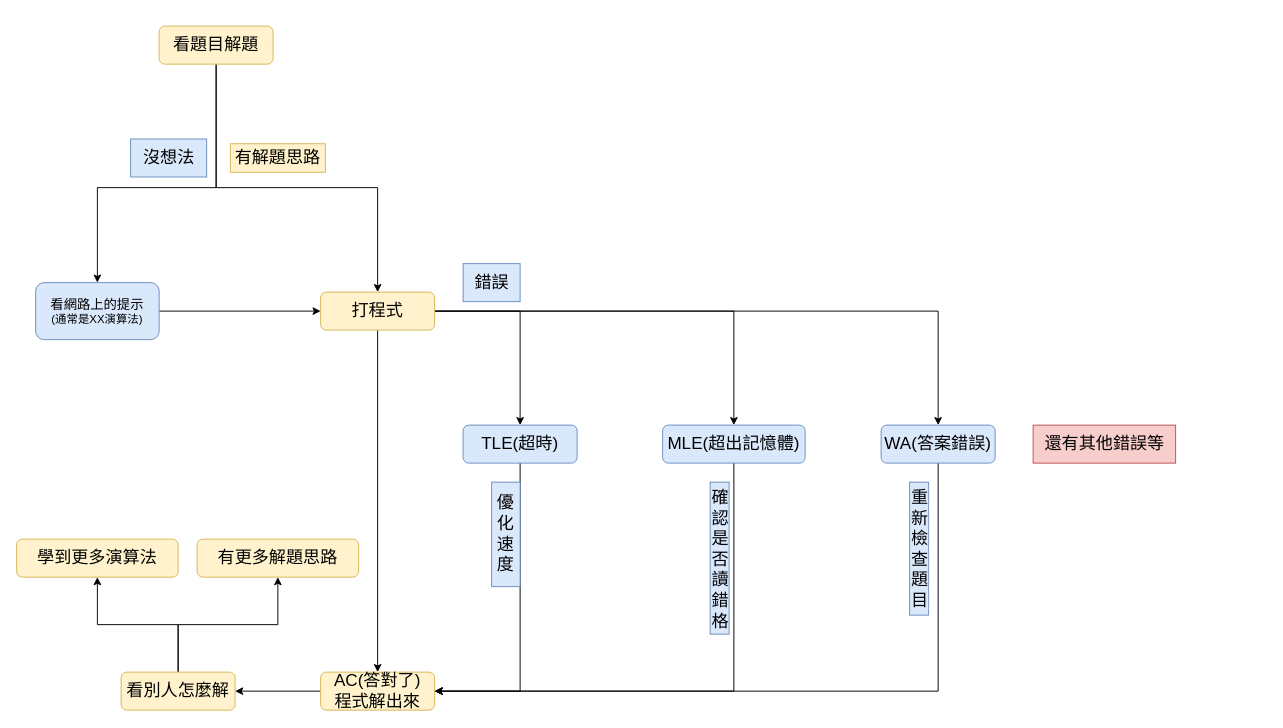
Andy87877/draw.io keeps this draw.io diagram as 刷題目流程圖.drawio. Above is the earlier version. Source tidied: cells renumbered, new cells numbered last; positions are measured from the earlier drawing's top-left corner, leaving out a move shared by most shapes. Both pictures are drawn from the tidied source at 95%, with x=0, y=0 at pixel (16, 26).
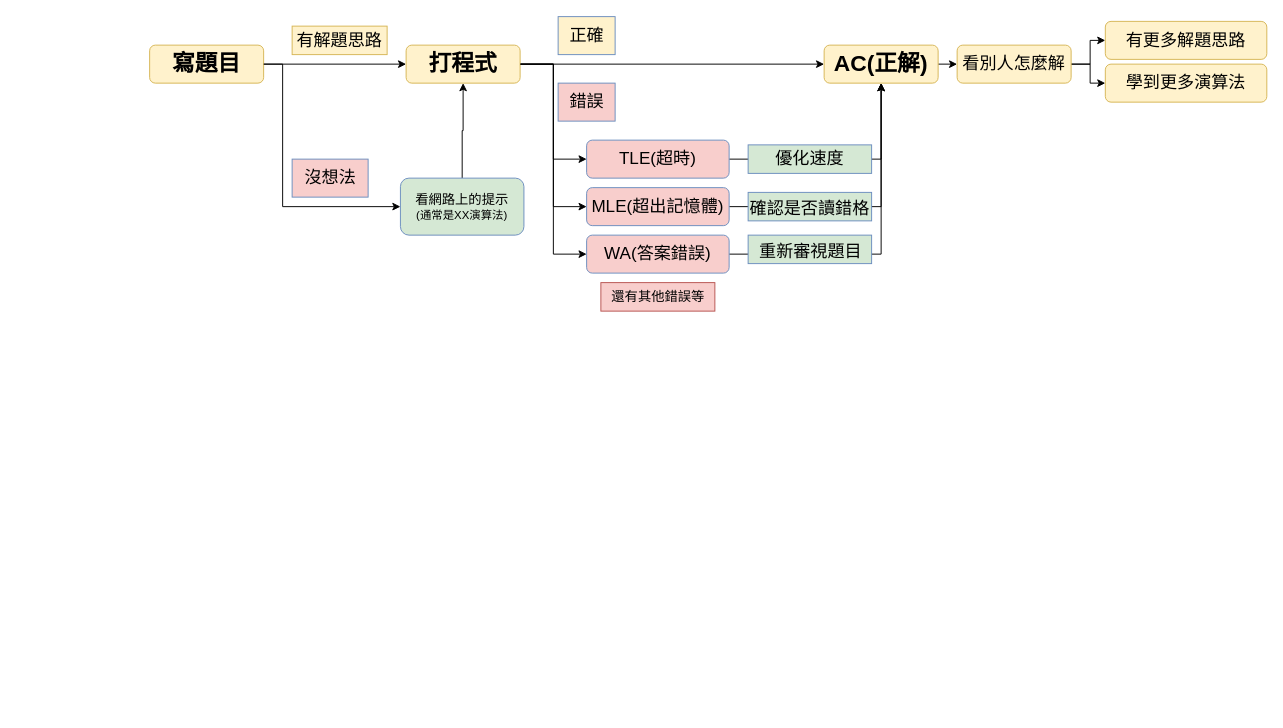
The same page after the edit.

Change to the diagram source:
```diff
@@
-    <mxCell id="2" style="edgeStyle=orthogonalEdgeStyle;rounded=0;jettySize=auto;html=1;exitX=0.5;exitY=1;exitDx=0;exitDy=0;entryX=0.5;entryY=0;entryDx=0;entryDy=0;" parent="1" edge="1" source="4" target="9">
-      <mxGeometry relative="1" as="geometry">
-        <Array as="points">
-          <mxPoint x="210" y="170" />
-          <mxPoint x="380" y="170" />
-        </Array>
-      </mxGeometry>
-    </mxCell>
-    <mxCell id="3" style="edgeStyle=orthogonalEdgeStyle;rounded=0;jettySize=auto;html=1;exitX=0.5;exitY=1;exitDx=0;exitDy=0;entryX=0.5;entryY=0;entryDx=0;entryDy=0;" parent="1" edge="1" source="4" target="11">
+    <mxCell id="3" style="edgeStyle=orthogonalEdgeStyle;rounded=0;jettySize=auto;html=1;exitX=1;exitY=0.5;exitDx=0;exitDy=0;entryX=0;entryY=0.5;entryDx=0;entryDy=0;" parent="1" edge="1" source="4" target="11">
       <mxGeometry relative="1" as="geometry">
         <Array as="points">
-          <mxPoint x="210" y="170" />
-          <mxPoint x="85" y="170" />
+          <mxPoint x="280" y="40" />
+          <mxPoint x="280" y="190" />
         </Array>
       </mxGeometry>
     </mxCell>
-    <mxCell id="4" value="&lt;font style=&quot;font-size: 18px;&quot;&gt;看題目解題&lt;/font&gt;" style="rounded=1;whiteSpace=wrap;html=1;fontSize=12;glass=0;strokeWidth=1;shadow=0;fillColor=#fff2cc;strokeColor=#d6b656;" parent="1" vertex="1">
-      <mxGeometry x="150" width="120" height="40" as="geometry" />
+    <mxCell id="4" value="&lt;font style=&quot;font-size: 24px;&quot;&gt;&lt;b&gt;寫題目&lt;/b&gt;&lt;/font&gt;" style="rounded=1;whiteSpace=wrap;html=1;fontSize=12;glass=0;strokeWidth=1;shadow=0;fillColor=#fff2cc;strokeColor=#d6b656;" parent="1" vertex="1">
+      <mxGeometry x="140" y="20" width="120" height="40" as="geometry" />
     </mxCell>
-    <mxCell id="5" style="edgeStyle=orthogonalEdgeStyle;rounded=0;jettySize=auto;html=1;exitX=0.5;exitY=1;exitDx=0;exitDy=0;entryX=0.5;entryY=0;entryDx=0;entryDy=0;" parent="1" edge="1" source="9" target="15">
-      <mxGeometry relative="1" as="geometry" />
-    </mxCell>
-    <mxCell id="6" style="edgeStyle=orthogonalEdgeStyle;rounded=0;jettySize=auto;html=1;exitX=1;exitY=0.5;exitDx=0;exitDy=0;entryX=0.5;entryY=0;entryDx=0;entryDy=0;" parent="1" edge="1" source="9" target="17">
+    <mxCell id="6" style="edgeStyle=orthogonalEdgeStyle;rounded=0;jettySize=auto;html=1;exitX=1;exitY=0.5;exitDx=0;exitDy=0;entryX=0;entryY=0.5;entryDx=0;entryDy=0;" parent="1" edge="1" source="9" target="17">
       <mxGeometry relative="1" as="geometry" />
     </mxCell>
-    <mxCell id="7" style="edgeStyle=orthogonalEdgeStyle;rounded=0;jettySize=auto;html=1;exitX=1;exitY=0.5;exitDx=0;exitDy=0;" parent="1" edge="1" source="9" target="19">
+    <mxCell id="7" style="edgeStyle=orthogonalEdgeStyle;rounded=0;jettySize=auto;html=1;exitX=1;exitY=0.5;exitDx=0;exitDy=0;entryX=0;entryY=0.5;entryDx=0;entryDy=0;" parent="1" edge="1" source="9" target="19">
       <mxGeometry relative="1" as="geometry" />
     </mxCell>
-    <mxCell id="8" style="edgeStyle=orthogonalEdgeStyle;rounded=0;jettySize=auto;html=1;exitX=1;exitY=0.5;exitDx=0;exitDy=0;entryX=0.5;entryY=0;entryDx=0;entryDy=0;" parent="1" edge="1" source="9" target="21">
+    <mxCell id="8" style="edgeStyle=orthogonalEdgeStyle;rounded=0;jettySize=auto;html=1;exitX=1;exitY=0.5;exitDx=0;exitDy=0;entryX=0;entryY=0.5;entryDx=0;entryDy=0;" parent="1" edge="1" source="9" target="21">
       <mxGeometry relative="1" as="geometry" />
     </mxCell>
-    <mxCell id="9" value="&lt;font style=&quot;font-size: 18px;&quot;&gt;打程式&lt;/font&gt;" style="rounded=1;whiteSpace=wrap;html=1;fontSize=12;glass=0;strokeWidth=1;shadow=0;fillColor=#fff2cc;strokeColor=#d6b656;" parent="1" vertex="1">
-      <mxGeometry x="320" y="280" width="120" height="40" as="geometry" />
+    <mxCell id="9" value="&lt;font style=&quot;font-size: 24px;&quot;&gt;&lt;b&gt;打程式&lt;/b&gt;&lt;/font&gt;" style="rounded=1;whiteSpace=wrap;html=1;fontSize=12;glass=0;strokeWidth=1;shadow=0;fillColor=#fff2cc;strokeColor=#d6b656;" parent="1" vertex="1">
+      <mxGeometry x="410" y="20" width="120" height="40" as="geometry" />
     </mxCell>
-    <mxCell id="10" style="edgeStyle=orthogonalEdgeStyle;rounded=0;jettySize=auto;html=1;exitX=1;exitY=0.5;exitDx=0;exitDy=0;entryX=0;entryY=0.5;entryDx=0;entryDy=0;" parent="1" edge="1" source="11" target="9">
+    <mxCell id="10" style="edgeStyle=orthogonalEdgeStyle;rounded=0;jettySize=auto;html=1;exitX=0.5;exitY=0;exitDx=0;exitDy=0;entryX=0.5;entryY=1;entryDx=0;entryDy=0;" parent="1" edge="1" source="11" target="9">
       <mxGeometry relative="1" as="geometry" />
     </mxCell>
-    <mxCell id="11" value="&lt;font style=&quot;font-size: 14px;&quot;&gt;看網路上的提示&lt;/font&gt;&lt;div&gt;&lt;font style=&quot;font-size: 12px;&quot;&gt;(通常是XX演算法)&lt;/font&gt;&lt;/div&gt;" style="rounded=1;whiteSpace=wrap;html=1;fontSize=12;glass=0;strokeWidth=1;shadow=0;fillColor=#dae8fc;strokeColor=#6c8ebf;" parent="1" vertex="1">
-      <mxGeometry x="20" y="270" width="130" height="60" as="geometry" />
+    <mxCell id="11" value="&lt;font style=&quot;font-size: 14px;&quot;&gt;看網路上的提示&lt;/font&gt;&lt;div&gt;&lt;font style=&quot;font-size: 12px;&quot;&gt;(通常是XX演算法)&lt;/font&gt;&lt;/div&gt;" style="rounded=1;whiteSpace=wrap;html=1;fontSize=12;glass=0;strokeWidth=1;shadow=0;fillColor=#D5E8D4;strokeColor=#6c8ebf;" parent="1" vertex="1">
+      <mxGeometry x="404" y="160" width="130" height="60" as="geometry" />
     </mxCell>
-    <mxCell id="12" value="&lt;font style=&quot;font-size: 18px;&quot;&gt;沒想法&lt;/font&gt;" style="text;html=1;align=center;verticalAlign=middle;strokeColor=#6c8ebf;fillColor=#dae8fc;" parent="1" vertex="1">
-      <mxGeometry x="120" y="118.8" width="80" height="40" as="geometry" />
+    <mxCell id="12" value="&lt;font style=&quot;font-size: 18px;&quot;&gt;沒想法&lt;/font&gt;" style="text;html=1;align=center;verticalAlign=middle;strokeColor=#6c8ebf;fillColor=#F8CECC;" parent="1" vertex="1">
+      <mxGeometry x="290" y="140" width="80" height="40" as="geometry" />
     </mxCell>
     <mxCell id="13" value="&lt;font style=&quot;font-size: 18px;&quot;&gt;有解題思路&lt;/font&gt;" style="text;html=1;align=center;verticalAlign=middle;whiteSpace=wrap;rounded=0;fillColor=#fff2cc;strokeColor=#d6b656;" parent="1" vertex="1">
-      <mxGeometry x="225" y="123.8" width="100" height="30" as="geometry" />
+      <mxGeometry x="290" width="100" height="30" as="geometry" />
     </mxCell>
-    <mxCell id="14" style="edgeStyle=orthogonalEdgeStyle;rounded=0;jettySize=auto;html=1;exitX=0;exitY=0.5;exitDx=0;exitDy=0;" parent="1" edge="1" source="15" target="28">
+    <mxCell id="14" style="edgeStyle=orthogonalEdgeStyle;rounded=0;jettySize=auto;html=1;exitX=1;exitY=0.5;exitDx=0;exitDy=0;entryX=0;entryY=0.5;entryDx=0;entryDy=0;" parent="1" edge="1" source="15" target="28">
       <mxGeometry relative="1" as="geometry" />
     </mxCell>
-    <mxCell id="15" value="&lt;font style=&quot;font-size: 18px;&quot;&gt;AC(答對了)&lt;/font&gt;&lt;div&gt;&lt;font style=&quot;font-size: 18px;&quot;&gt;程式解出來&lt;/font&gt;&lt;/div&gt;" style="rounded=1;whiteSpace=wrap;html=1;fontSize=12;glass=0;strokeWidth=1;shadow=0;fillColor=#fff2cc;strokeColor=#d6b656;" parent="1" vertex="1">
-      <mxGeometry x="320" y="680" width="120" height="40" as="geometry" />
+    <mxCell id="15" value="&lt;font style=&quot;font-size: 24px;&quot;&gt;&lt;b&gt;AC(正解)&lt;/b&gt;&lt;/font&gt;" style="rounded=1;whiteSpace=wrap;html=1;fontSize=12;glass=0;strokeWidth=1;shadow=0;fillColor=#fff2cc;strokeColor=#d6b656;" parent="1" vertex="1">
+      <mxGeometry x="850" y="20" width="120" height="40" as="geometry" />
     </mxCell>
-    <mxCell id="16" style="edgeStyle=orthogonalEdgeStyle;rounded=0;jettySize=auto;html=1;exitX=0.5;exitY=1;exitDx=0;exitDy=0;entryX=1;entryY=0.5;entryDx=0;entryDy=0;" parent="1" edge="1" source="17" target="15">
+    <mxCell id="16" style="edgeStyle=orthogonalEdgeStyle;rounded=0;jettySize=auto;html=1;exitX=1;exitY=0.5;exitDx=0;exitDy=0;entryX=0.5;entryY=1;entryDx=0;entryDy=0;" parent="1" edge="1" source="17" target="15">
       <mxGeometry relative="1" as="geometry" />
     </mxCell>
-    <mxCell id="17" value="&lt;font style=&quot;font-size: 18px;&quot;&gt;TLE(超時)&lt;/font&gt;" style="rounded=1;whiteSpace=wrap;html=1;fontSize=12;glass=0;strokeWidth=1;shadow=0;fillColor=#dae8fc;strokeColor=#6c8ebf;" parent="1" vertex="1">
-      <mxGeometry x="470" y="420" width="120" height="40" as="geometry" />
+    <mxCell id="17" value="&lt;font style=&quot;font-size: 18px;&quot;&gt;TLE(超時)&lt;/font&gt;" style="rounded=1;whiteSpace=wrap;html=1;fontSize=12;glass=0;strokeWidth=1;shadow=0;fillColor=#F8CECC;strokeColor=#6c8ebf;" parent="1" vertex="1">
+      <mxGeometry x="600" y="120" width="150" height="40" as="geometry" />
     </mxCell>
-    <mxCell id="18" style="edgeStyle=orthogonalEdgeStyle;rounded=0;jettySize=auto;html=1;exitX=0.5;exitY=1;exitDx=0;exitDy=0;entryX=1;entryY=0.5;entryDx=0;entryDy=0;" parent="1" edge="1" source="19" target="15">
+    <mxCell id="18" style="edgeStyle=orthogonalEdgeStyle;rounded=0;jettySize=auto;html=1;exitX=1;exitY=0.5;exitDx=0;exitDy=0;entryX=0.5;entryY=1;entryDx=0;entryDy=0;" parent="1" edge="1" source="19" target="15">
       <mxGeometry relative="1" as="geometry" />
     </mxCell>
-    <mxCell id="19" value="&lt;font style=&quot;font-size: 18px;&quot;&gt;MLE(超出記憶體)&lt;/font&gt;" style="rounded=1;whiteSpace=wrap;html=1;fontSize=12;glass=0;strokeWidth=1;shadow=0;fillColor=#dae8fc;strokeColor=#6c8ebf;" parent="1" vertex="1">
-      <mxGeometry x="680" y="420" width="150" height="40" as="geometry" />
+    <mxCell id="19" value="&lt;font style=&quot;font-size: 18px;&quot;&gt;MLE(超出記憶體)&lt;/font&gt;" style="rounded=1;whiteSpace=wrap;html=1;fontSize=12;glass=0;strokeWidth=1;shadow=0;fillColor=#F8CECC;strokeColor=#6c8ebf;" parent="1" vertex="1">
+      <mxGeometry x="600" y="170" width="150" height="40" as="geometry" />
     </mxCell>
-    <mxCell id="20" style="edgeStyle=orthogonalEdgeStyle;rounded=0;jettySize=auto;html=1;exitX=0.5;exitY=1;exitDx=0;exitDy=0;entryX=1;entryY=0.5;entryDx=0;entryDy=0;" parent="1" edge="1" source="21" target="15">
+    <mxCell id="20" style="edgeStyle=orthogonalEdgeStyle;rounded=0;jettySize=auto;html=1;exitX=1;exitY=0.5;exitDx=0;exitDy=0;entryX=0.5;entryY=1;entryDx=0;entryDy=0;" parent="1" edge="1" source="21" target="15">
       <mxGeometry relative="1" as="geometry" />
     </mxCell>
-    <mxCell id="21" value="&lt;font style=&quot;font-size: 18px;&quot;&gt;WA(答案錯誤)&lt;/font&gt;" style="rounded=1;whiteSpace=wrap;html=1;fontSize=12;glass=0;strokeWidth=1;shadow=0;fillColor=#dae8fc;strokeColor=#6c8ebf;" parent="1" vertex="1">
-      <mxGeometry x="910" y="420" width="120" height="40" as="geometry" />
+    <mxCell id="21" value="&lt;font style=&quot;font-size: 18px;&quot;&gt;WA(答案錯誤)&lt;/font&gt;" style="rounded=1;whiteSpace=wrap;html=1;fontSize=12;glass=0;strokeWidth=1;shadow=0;fillColor=#F8CECC;strokeColor=#6c8ebf;" parent="1" vertex="1">
+      <mxGeometry x="600" y="220" width="150" height="40" as="geometry" />
     </mxCell>
-    <mxCell id="22" value="&lt;font style=&quot;font-size: 18px;&quot;&gt;優&lt;/font&gt;&lt;div&gt;&lt;font style=&quot;font-size: 18px;&quot;&gt;化&lt;/font&gt;&lt;/div&gt;&lt;div&gt;&lt;font style=&quot;font-size: 18px;&quot;&gt;速&lt;/font&gt;&lt;/div&gt;&lt;div&gt;&lt;font style=&quot;font-size: 18px;&quot;&gt;度&lt;/font&gt;&lt;/div&gt;" style="text;html=1;align=center;verticalAlign=middle;whiteSpace=wrap;rounded=0;fillColor=#dae8fc;strokeColor=#6c8ebf;" parent="1" vertex="1">
-      <mxGeometry x="500" y="480" width="30" height="110" as="geometry" />
+    <mxCell id="22" value="&lt;font style=&quot;font-size: 18px;&quot;&gt;優&lt;/font&gt;&lt;span style=&quot;font-size: 18px; background-color: initial;&quot;&gt;化&lt;/span&gt;&lt;span style=&quot;font-size: 18px; background-color: initial;&quot;&gt;速&lt;/span&gt;&lt;span style=&quot;font-size: 18px; background-color: initial;&quot;&gt;度&lt;/span&gt;" style="text;html=1;align=center;verticalAlign=middle;whiteSpace=wrap;rounded=0;fillColor=#D5E8D4;strokeColor=#6c8ebf;" parent="1" vertex="1">
+      <mxGeometry x="770" y="125" width="130" height="30" as="geometry" />
     </mxCell>
-    <mxCell id="23" value="&lt;div style=&quot;text-align: center;&quot;&gt;&lt;span style=&quot;background-color: initial; font-size: 18px;&quot;&gt;確認是否讀錯格&lt;/span&gt;&lt;/div&gt;" style="text;whiteSpace=wrap;html=1;fillColor=#DAE8FC;strokeColor=#6c8ebf;" parent="1" vertex="1">
-      <mxGeometry x="730" y="480" width="20" height="160" as="geometry" />
+    <mxCell id="23" value="&lt;div style=&quot;text-align: center;&quot;&gt;&lt;span style=&quot;background-color: initial; font-size: 18px;&quot;&gt;確認是否讀錯格&lt;/span&gt;&lt;/div&gt;" style="text;whiteSpace=wrap;html=1;fillColor=#D5E8D4;strokeColor=#6c8ebf;" parent="1" vertex="1">
+      <mxGeometry x="770" y="175" width="130" height="30" as="geometry" />
     </mxCell>
-    <mxCell id="24" value="&lt;span style=&quot;color: rgb(0, 0, 0); font-family: Helvetica; font-size: 18px; font-style: normal; font-variant-ligatures: normal; font-variant-caps: normal; font-weight: 400; letter-spacing: normal; orphans: 2; text-align: center; text-indent: 0px; text-transform: none; widows: 2; word-spacing: 0px; -webkit-text-stroke-width: 0px; white-space: normal; text-decoration-thickness: initial; text-decoration-style: initial; text-decoration-color: initial; float: none; display: inline !important; background-color: rgb(218, 232, 252);&quot;&gt;重新檢查題目&lt;/span&gt;" style="text;whiteSpace=wrap;html=1;fillColor=#dae8fc;strokeColor=#6c8ebf;" parent="1" vertex="1">
-      <mxGeometry x="940" y="480" width="20" height="140" as="geometry" />
+    <mxCell id="24" value="&lt;div style=&quot;text-align: center;&quot;&gt;&lt;span style=&quot;background-color: initial; font-size: 18px;&quot;&gt;&amp;nbsp; 重新審視題目&lt;/span&gt;&lt;/div&gt;" style="text;whiteSpace=wrap;html=1;fillColor=#D5E8D4;strokeColor=#6c8ebf;" parent="1" vertex="1">
+      <mxGeometry x="770" y="220" width="130" height="30" as="geometry" />
     </mxCell>
-    <mxCell id="25" value="&lt;div style=&quot;text-align: center;&quot;&gt;&lt;br&gt;&lt;/div&gt;" style="text;whiteSpace=wrap;html=1;" parent="1" vertex="1">
-      <mxGeometry x="970" y="480" width="10" height="50" as="geometry" />
-    </mxCell>
+    <mxCell id="27" style="edgeStyle=orthogonalEdgeStyle;rounded=0;jettySize=auto;html=1;exitX=1;exitY=0.5;exitDx=0;exitDy=0;entryX=0;entryY=0.5;entryDx=0;entryDy=0;" parent="1" edge="1" source="28" target="30">
+      <mxGeometry relative="1" as="geometry" />
+    </mxCell>
-    <mxCell id="26" style="edgeStyle=orthogonalEdgeStyle;rounded=0;jettySize=auto;html=1;exitX=0.5;exitY=0;exitDx=0;exitDy=0;" parent="1" edge="1" source="28" target="29">
+    <mxCell id="26" style="edgeStyle=orthogonalEdgeStyle;rounded=0;jettySize=auto;html=1;exitX=1;exitY=0.5;exitDx=0;exitDy=0;entryX=0;entryY=0.5;entryDx=0;entryDy=0;" parent="1" edge="1" source="28" target="29">
       <mxGeometry relative="1" as="geometry" />
     </mxCell>
-    <mxCell id="27" style="edgeStyle=orthogonalEdgeStyle;rounded=0;jettySize=auto;html=1;exitX=0.5;exitY=0;exitDx=0;exitDy=0;entryX=0.5;entryY=1;entryDx=0;entryDy=0;" parent="1" edge="1" source="28" target="30">
-      <mxGeometry relative="1" as="geometry" />
-    </mxCell>
     <mxCell id="28" value="&lt;span style=&quot;font-size: 18px;&quot;&gt;看別人怎麼解&lt;/span&gt;" style="rounded=1;whiteSpace=wrap;html=1;fontSize=12;glass=0;strokeWidth=1;shadow=0;fillColor=#fff2cc;strokeColor=#d6b656;" parent="1" vertex="1">
-      <mxGeometry x="110" y="680" width="120" height="40" as="geometry" />
+      <mxGeometry x="990" y="20" width="120" height="40" as="geometry" />
     </mxCell>
     <mxCell id="29" value="&lt;span style=&quot;font-size: 18px;&quot;&gt;學到更多演算法&lt;/span&gt;" style="rounded=1;whiteSpace=wrap;html=1;fontSize=12;glass=0;strokeWidth=1;shadow=0;fillColor=#fff2cc;strokeColor=#d6b656;" parent="1" vertex="1">
-      <mxGeometry y="540" width="170" height="40" as="geometry" />
+      <mxGeometry x="1146" y="40" width="170" height="40" as="geometry" />
     </mxCell>
     <mxCell id="30" value="&lt;span style=&quot;font-size: 18px;&quot;&gt;有更多解題思路&lt;/span&gt;" style="rounded=1;whiteSpace=wrap;html=1;fontSize=12;glass=0;strokeWidth=1;shadow=0;fillColor=#fff2cc;strokeColor=#d6b656;" parent="1" vertex="1">
-      <mxGeometry x="190" y="540" width="170" height="40" as="geometry" />
+      <mxGeometry x="1146" y="-5" width="170" height="40" as="geometry" />
     </mxCell>
-    <mxCell id="31" value="&lt;span style=&quot;font-size: 18px;&quot;&gt;錯誤&lt;/span&gt;" style="text;html=1;align=center;verticalAlign=middle;strokeColor=#6c8ebf;fillColor=#dae8fc;" parent="1" vertex="1">
-      <mxGeometry x="470" y="250" width="60" height="40" as="geometry" />
+    <mxCell id="31" value="&lt;span style=&quot;font-size: 18px;&quot;&gt;錯誤&lt;/span&gt;" style="text;html=1;align=center;verticalAlign=middle;strokeColor=#6c8ebf;fillColor=#F8CECC;" parent="1" vertex="1">
+      <mxGeometry x="570" y="60" width="60" height="40" as="geometry" />
     </mxCell>
-    <mxCell id="32" value="&lt;span style=&quot;font-size: 18px;&quot;&gt;還有其他錯誤等&lt;/span&gt;" style="text;html=1;align=center;verticalAlign=middle;strokeColor=#b85450;fillColor=#f8cecc;" parent="1" vertex="1">
-      <mxGeometry x="1070" y="420" width="150" height="40" as="geometry" />
+    <mxCell id="32" value="&lt;font style=&quot;font-size: 14px;&quot;&gt;還有其他錯誤等&lt;/font&gt;" style="text;html=1;align=center;verticalAlign=middle;strokeColor=#b85450;fillColor=#f8cecc;" parent="1" vertex="1">
+      <mxGeometry x="615" y="270" width="120" height="30" as="geometry" />
     </mxCell>
+    <mxCell id="2" style="endArrow=classic;html=1;rounded=0;exitX=1;exitY=0.5;exitDx=0;exitDy=0;entryX=0;entryY=0.5;entryDx=0;entryDy=0;" parent="1" edge="1" source="4" target="9">
+      <mxGeometry relative="1" as="geometry" />
+    </mxCell>
+    <mxCell id="5" style="endArrow=classic;html=1;rounded=0;exitX=1;exitY=0.5;exitDx=0;exitDy=0;entryX=0;entryY=0.5;entryDx=0;entryDy=0;" parent="1" edge="1" source="9" target="15">
+      <mxGeometry relative="1" as="geometry" />
+    </mxCell>
+    <mxCell id="33" value="&lt;span style=&quot;font-size: 18px;&quot;&gt;正確&lt;/span&gt;" style="text;html=1;align=center;verticalAlign=middle;strokeColor=#6c8ebf;fillColor=#FFF2CC;" parent="1" vertex="1">
+      <mxGeometry x="570" y="-10" width="60" height="40" as="geometry" />
+    </mxCell>
```
